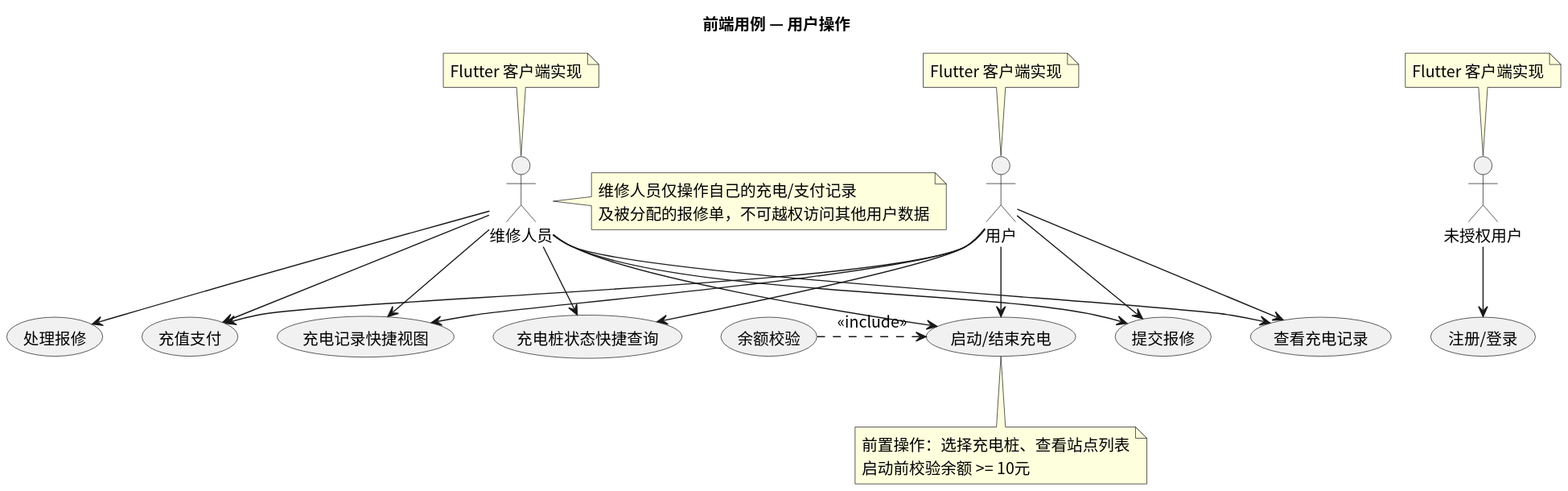
greenhandzdl/charging-station-doc keeps this PlantUML diagram as usecase/docs/frontend/img/frontend_usecases.svg. Above is the earlier version.
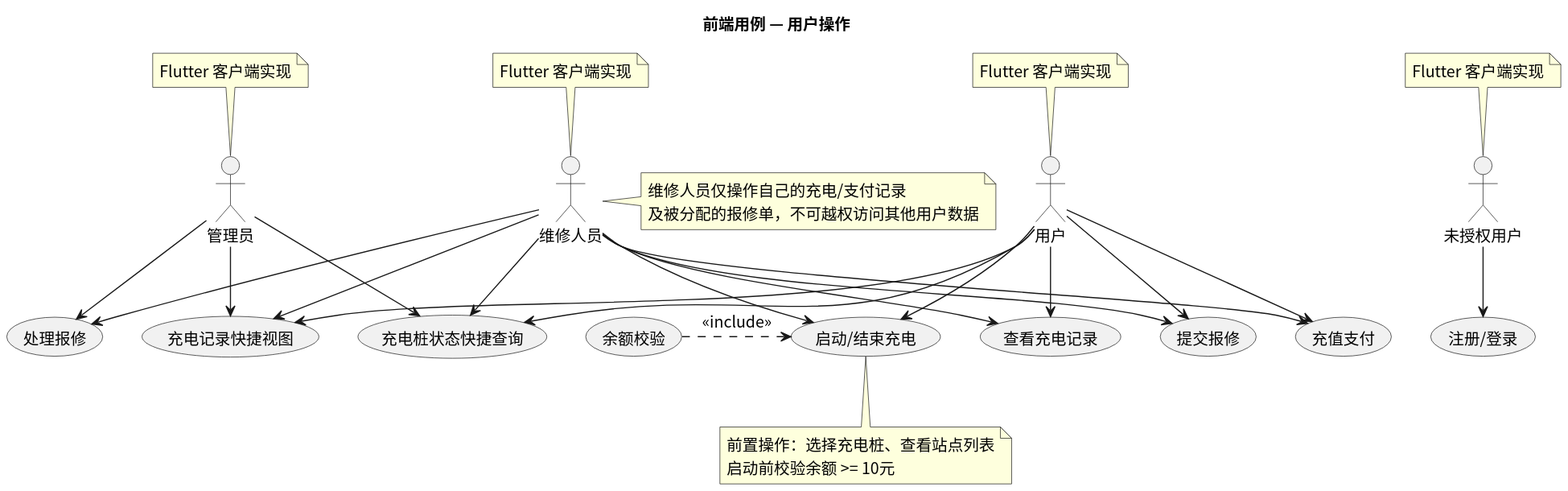
After the change.

Diff of the diagram source:
```diff
@@ -7,10 +7,12 @@
 actor "未授权用户" as G
 actor "用户" as U
 actor "维修人员" as M
+actor "管理员" as A
 
 note top of G : Flutter 客户端实现
 note top of U : Flutter 客户端实现
 note top of M : Flutter 客户端实现
+note top of A : Flutter 客户端实现
 
 usecase "注册/登录" as LOG
 usecase "启动/结束充电" as CS
@@ -39,4 +41,7 @@
 note bottom of CS : 前置操作：选择充电桩、查看站点列表\n启动前校验余额 >= 10元
 M --> QV
 M --> QC
+A --> HR
+A --> QV
+A --> QC
 @enduml
```
